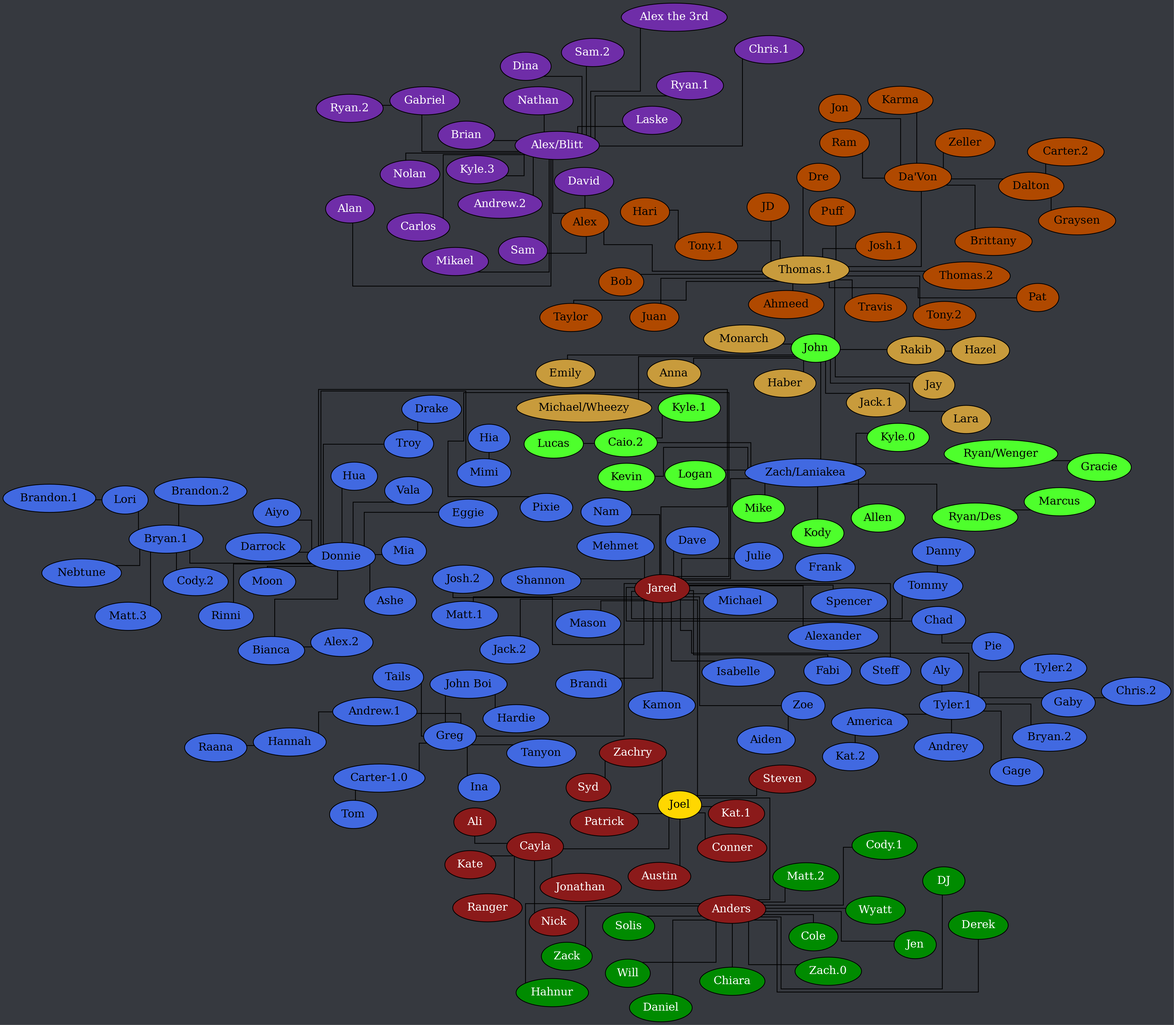
Earlier version of the Graphviz export tree.png (Documidas/CoronaCatzFamilyTree). Its source is kept beside it as tree.dot. Its diagram source:
```dot
strict graph {
	layout = neato;
	dpi = 200;
	epsilon = 0.01;
	mode = major;
	model = subset;
	overlap = false;
	splines = ortho;
	start = rand;

	graph [ truecolor=true bgcolor="#36393f" ];
	node [ style=filled fillcolor="gray" fontcolor="black" ];

	subgraph "Joel" {
		node [ style=filled fillcolor="firebrick4" fontcolor="white" ];
		Joel [ style=filled fillcolor="gold" fontcolor="black" ];

		Cayla -- Ali;
		Cayla -- Jonathan;
		Cayla -- Kate;
		Cayla -- Nick;
		Cayla -- Ranger;
		Joel -- Anders;
		Joel -- Austin;
		Joel -- Cayla;
		Joel -- Conner;
		Joel -- Jared;
		Joel -- "Kat.1";
		Joel -- Patrick;
		Joel -- Steven;
		Joel -- Zachry;
		Zachry -- Syd;
	}

	subgraph "Anders" {
		node [ style=filled fillcolor="green4" fontcolor="white" ];

		Anders -- Chiara;
		Anders -- "Cody.1";
		Anders -- Cole;
		Anders -- Daniel;
		Anders -- Derek;
		Anders -- DJ;
		Anders -- Hahnur;
		Anders -- Jen;
		Anders -- "Matt.2";
		Anders -- Solis;
		Anders -- Will;
		Anders -- Wyatt;
		Anders -- "Zach.0";
		Anders -- Zack;
	}

	subgraph "Jared" {
		node [ style=filled fillcolor="royalblue" fontcolor="black" ];

		"Andrew.1" -- Hannah;
		America -- "Kat.2";
		Bianca -- "Alex.2";
		"Bryan.1" -- "Brandon.2";
		"Bryan.1" -- "Cody.2";
		"Bryan.1" -- Lori;
		"Bryan.1" -- "Matt.3";
		"Bryan.1" -- Nebtune;
		"Carter-1.0" -- Tom;
		Chad -- Pie;
		Donnie -- Aiyo;
		Donnie -- Ashe;
		Donnie -- Bianca;
		Donnie -- "Bryan.1";
		Donnie -- Darrock;
		Donnie -- Eggie;
		Donnie -- Hua;
		Donnie -- Mia;
		Donnie -- Mimi;
		Donnie -- Moon;
		Donnie -- Rinni;
		Donnie -- Troy;
		Donnie -- Vala;
		Gaby -- "Chris.2";
		Greg -- "Andrew.1";
		Greg -- "Carter-1.0";
		Greg -- Ina;
		Greg -- "John Boi";
		Greg -- Tails;
		Greg -- Tanyon;
		Hannah -- Raana;
		Lori -- "Brandon.1";
		Jared -- Alexander;
		Jared -- Brandi;
		Jared -- Chad;
		Jared -- Dave;
		Jared -- Donnie;
		Jared -- Fabi;
		Jared -- Frank;
		Jared -- Greg;
		Jared -- Isabelle;
		Jared -- "Jack.2";
		Jared -- "Josh.2";
		Jared -- Julie;
		Jared -- Kamon;
		Jared -- Mason;
		Jared -- "Matt.1";
		Jared -- Mehmet;
		Jared -- Michael;
		Jared -- Nam;
		Jared -- Pixie;
		Jared -- Shannon;
		Jared -- Spencer;
		Jared -- Steff;
		Jared -- Tommy;
		Jared -- "Tyler.1";
		Jared -- "Zach/Laniakea";
		Jared -- Zoe;
		"John Boi" -- Hardie;
		Mimi -- Hia;
		Tommy -- Danny;
		Troy -- Drake;
		"Tyler.1" -- Aly;
		"Tyler.1" -- America;
		"Tyler.1" -- Andrey;
		"Tyler.1" -- "Bryan.2";
		"Tyler.1" -- Gaby;
		"Tyler.1" -- Gage;
		"Tyler.1" -- "Tyler.2";
		Zoe -- Aiden;
	}

	subgraph "Zach/Laniakea" {
		node [ style=filled fillcolor="#4eff2c" fontcolor="black" ];

		"Caio.2" -- "Kyle.1";
		"Caio.2" -- Lucas;
		"Ryan/Des" -- Marcus;
		"Ryan/Wenger" -- Gracie;
		"Zach/Laniakea" -- Allen;
		"Zach/Laniakea" -- "Caio.2";
		"Zach/Laniakea" -- John;
		"Zach/Laniakea" -- Logan;
		"Zach/Laniakea" -- Kevin;
		"Zach/Laniakea" -- Kody;
		"Zach/Laniakea" -- "Kyle.0";
		"Zach/Laniakea" -- Mike;
		"Zach/Laniakea" -- "Ryan/Des";
		"Zach/Laniakea" -- "Ryan/Wenger";
	}

	subgraph "John" {
		node [ style=filled fillcolor="#c89b3c" fontcolor="black" ];

		John -- Anna;
		John -- Emily;
		John -- Haber;
		John -- Jay;
		John -- "Jack.1";
		John -- Lara;
		John -- Monarch;
		John -- Rakib;
		John -- "Thomas.1";
		Rakib -- Hazel;
	}

	subgraph "John-stream" {
		node [ style=filled fillcolor="#c89b3c" fontcolor="black" ];

		John -- "Michael/Wheezy";
	}

	subgraph "Thomas.1" {
		node [ style=filled fillcolor="#b04900" fontcolor="black" ];

		"Da'Von" -- Brittany;
		"Da'Von" -- Dalton;
		"Da'Von" -- Jon;
		"Da'Von" -- Karma;
		"Da'Von" -- Ram;
		"Da'Von" -- Zeller;
		Dalton -- "Carter.2";
		Dalton -- Graysen;
		"Thomas.1" -- Ahmeed;
		"Thomas.1" -- Alex;
		"Thomas.1" -- Bob;
		"Thomas.1" -- "Da'Von";
		"Thomas.1" -- Dre;
		"Thomas.1" -- JD;
		"Thomas.1" -- "Josh.1";
		"Thomas.1" -- Juan;
		"Thomas.1" -- Pat;
		"Thomas.1" -- Puff;
		"Thomas.1" -- Taylor;
		"Thomas.1" -- "Thomas.2";
		"Thomas.1" -- "Tony.1";
		"Thomas.1" -- "Tony.2";
		"Thomas.1" -- Travis;
		"Tony.1" -- Hari;
	}

	subgraph "Alex" {
		node [ style=filled fillcolor="#6f2da8" fontcolor="white" ];

		Alex -- "Alex/Blitt";
		Alex -- David;
		Alex -- Sam;
		"Alex/Blitt" -- Alan;
		"Alex/Blitt" -- "Alex the 3rd";
		"Alex/Blitt" -- "Andrew.2";
		"Alex/Blitt" -- Brian;
		"Alex/Blitt" -- Carlos;
		"Alex/Blitt" -- "Chris.1";
		"Alex/Blitt" -- Dina;
		"Alex/Blitt" -- Gabriel;
		"Alex/Blitt" -- "Kyle.3";
		"Alex/Blitt" -- Laske;
		"Alex/Blitt" -- Mikael;
		"Alex/Blitt" -- Nathan;
		"Alex/Blitt" -- Nolan;
		"Alex/Blitt" -- "Ryan.1";
		"Alex/Blitt" -- "Sam.2";
		Gabriel -- "Ryan.2";
	}
}
```
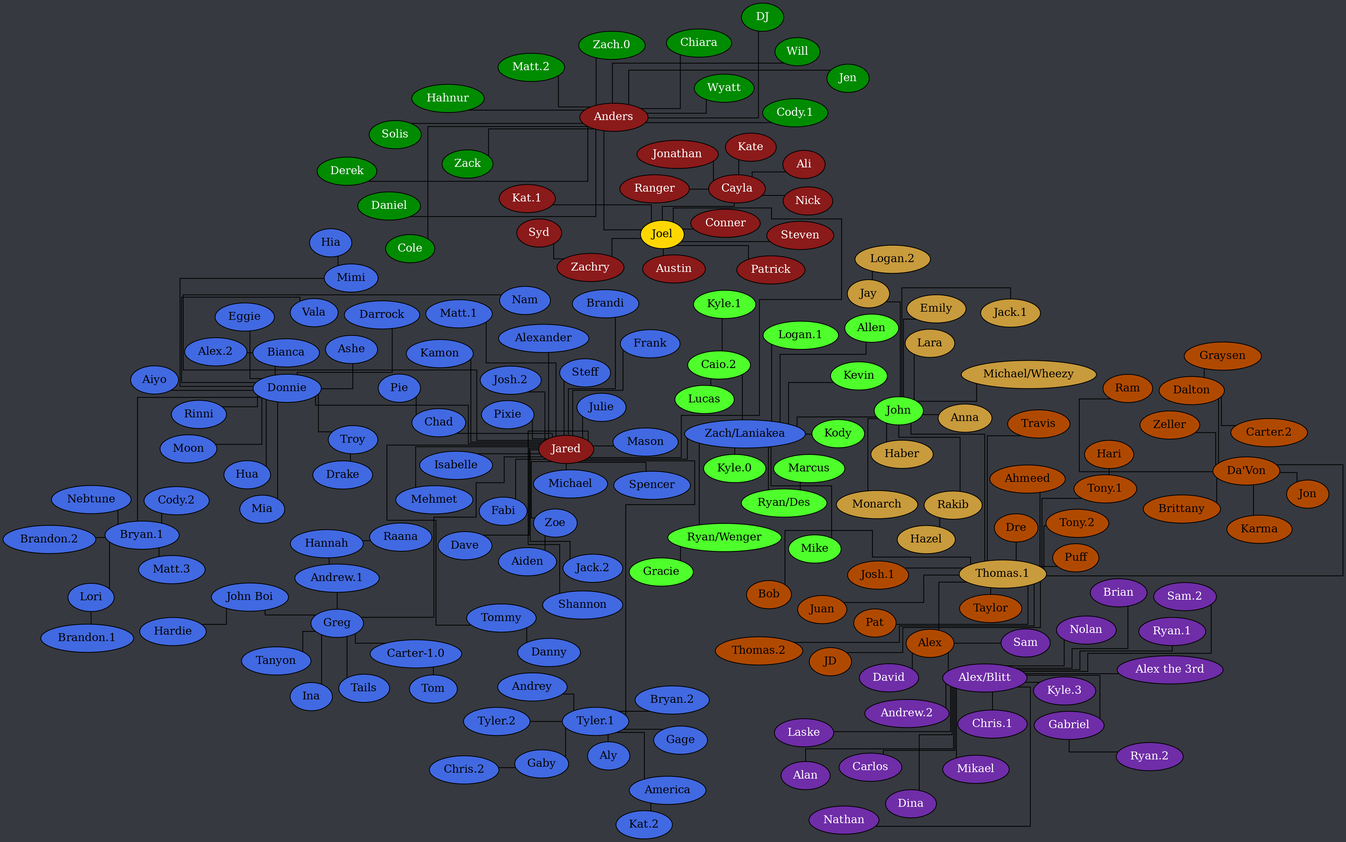
After the commit.

Diff of the diagram source:
```diff
@@ -136,7 +136,7 @@
 		"Zach/Laniakea" -- Allen;
 		"Zach/Laniakea" -- "Caio.2";
 		"Zach/Laniakea" -- John;
-		"Zach/Laniakea" -- Logan;
+		"Zach/Laniakea" -- "Logan.1";
 		"Zach/Laniakea" -- Kevin;
 		"Zach/Laniakea" -- Kody;
 		"Zach/Laniakea" -- "Kyle.0";
@@ -148,6 +148,7 @@
 	subgraph "John" {
 		node [ style=filled fillcolor="#c89b3c" fontcolor="black" ];
 
+		Jay -- "Logan.2";
 		John -- Anna;
 		John -- Emily;
 		John -- Haber;
```
